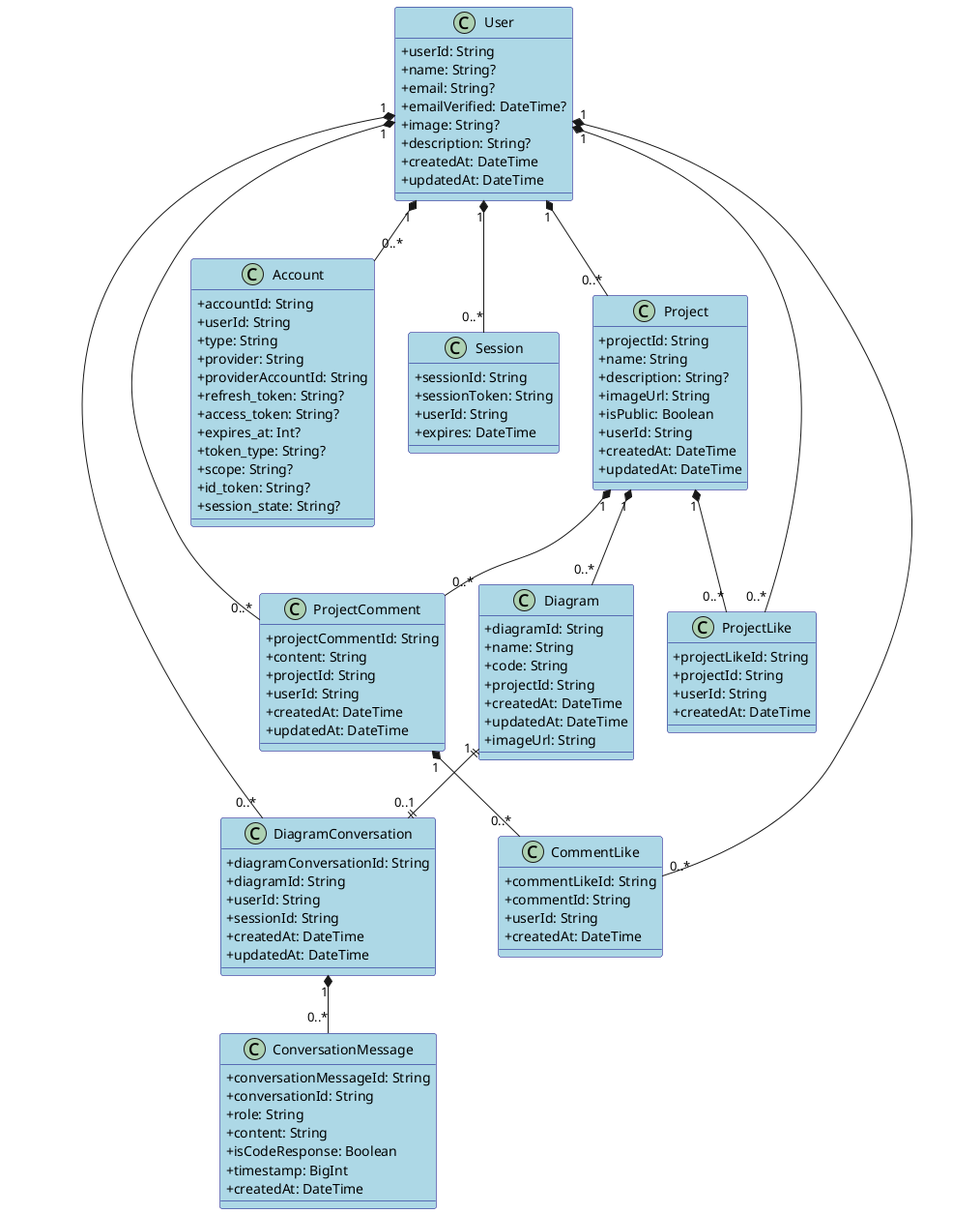
Above: conception/SprintI/global_class_diagram.png in souhaib-askri/report_pfe (PlantUML), before the change.
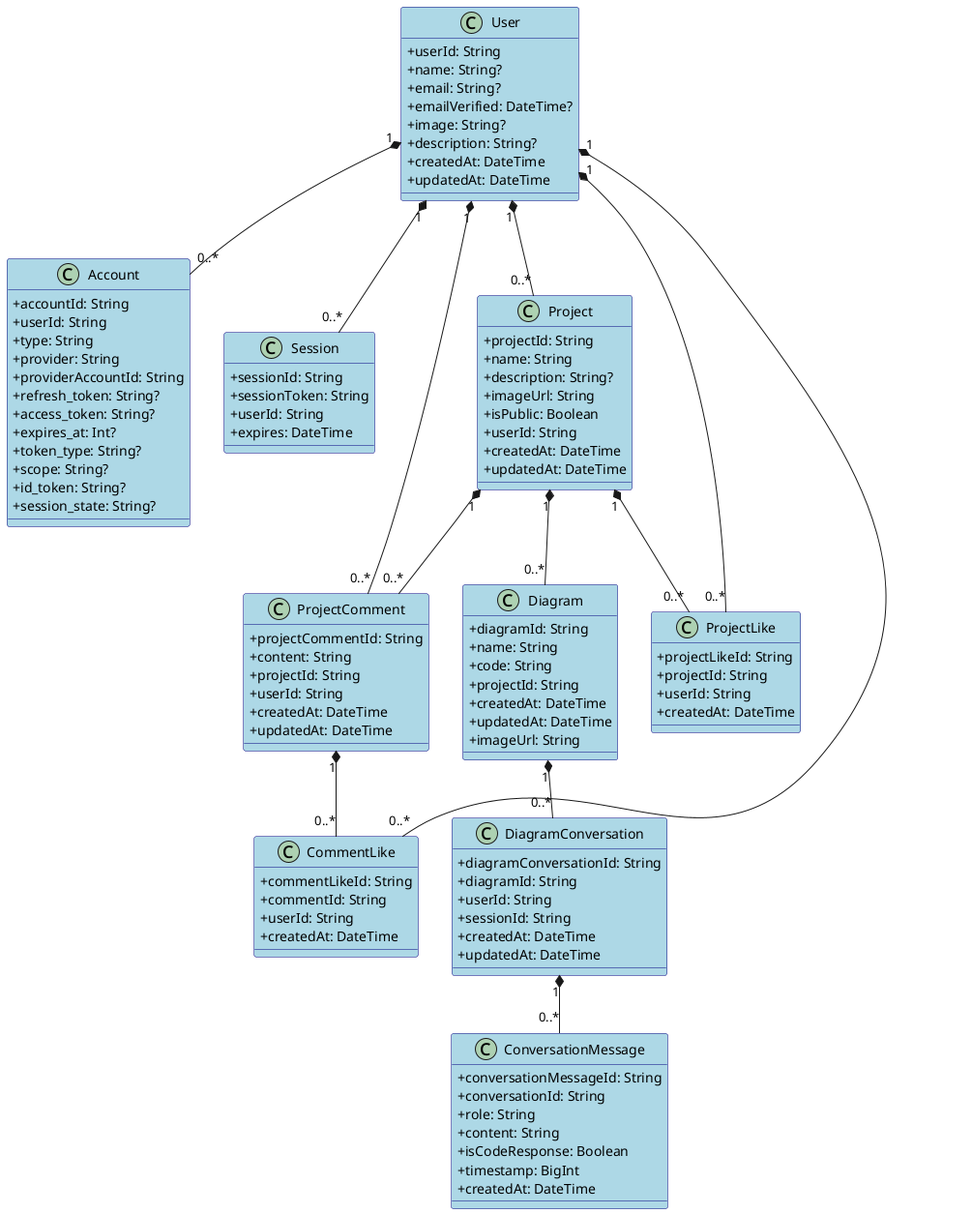
After the change.

The edit, as a diff of the source:
```diff
@@ -107,13 +107,12 @@
 User "1" *-- "0..*" ProjectComment
 User "1" *-- "0..*" ProjectLike
 User "1" *-- "0..*" CommentLike
-User "1" *-- "0..*" DiagramConversation
 
 Project "1" *-- "0..*" Diagram
 Project "1" *-- "0..*" ProjectComment
 Project "1" *-- "0..*" ProjectLike
 
-Diagram "1" ||--|| "0..1" DiagramConversation
+Diagram "1" *-- "0..*" DiagramConversation
 
 DiagramConversation "1" *-- "0..*" ConversationMessage
 
```
